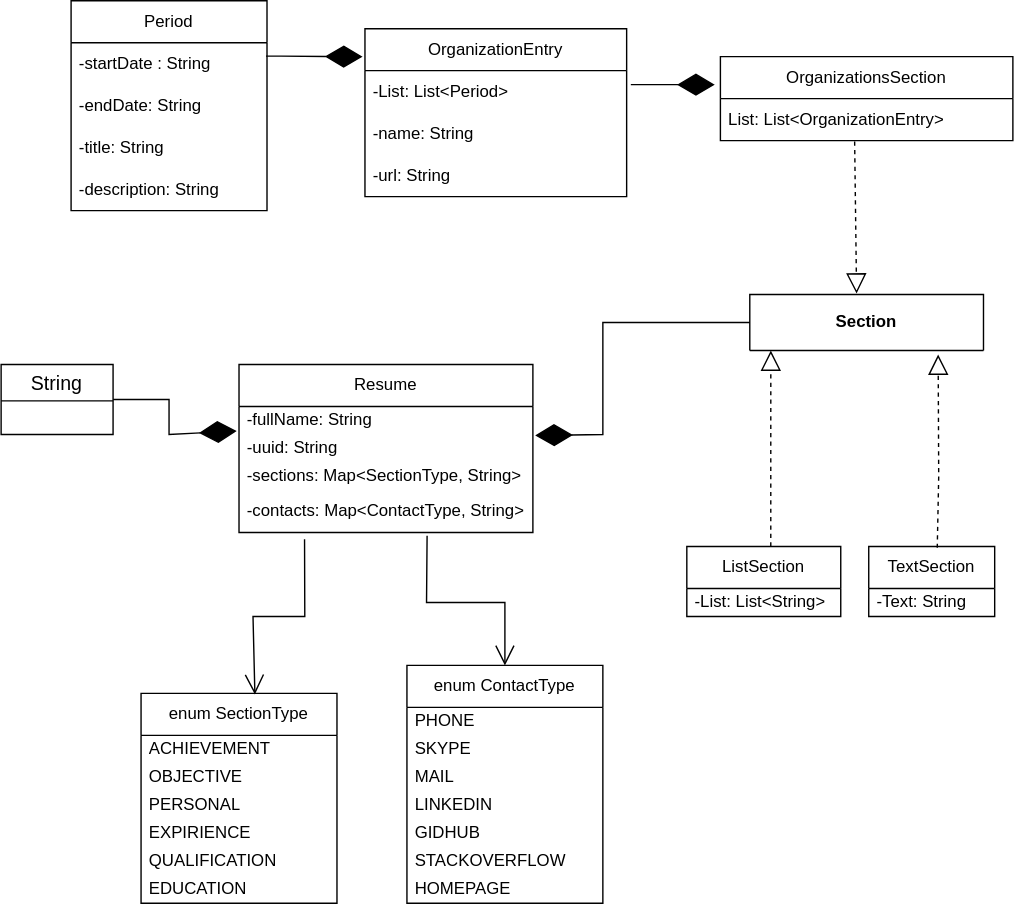
Before: src/com/urise/webapp/model/ResumeGraph.svg, a diagram exported from draw.io (Alexeev1986/basejava). Source tidied: cells renumbered, new cells last; positions are measured from the earlier drawing's top-left corner, leaving out a move shared by most shapes.
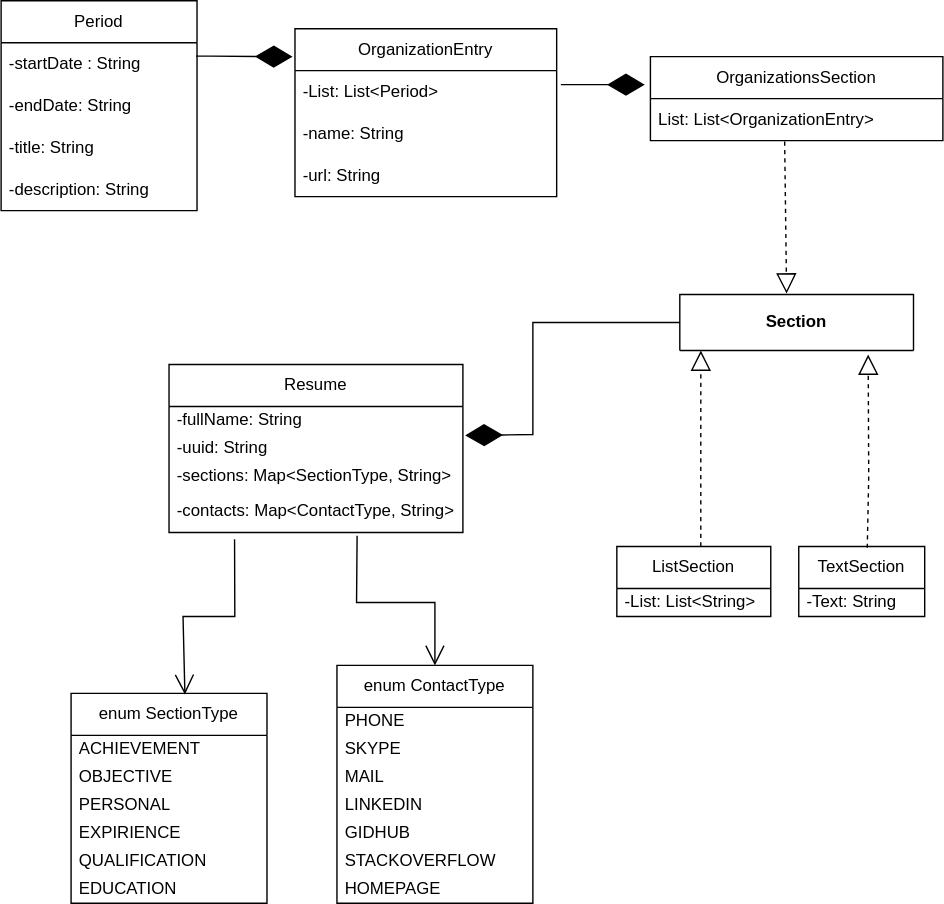
Above is the later version.

Diff of the diagram source:
```diff
@@ -78,17 +78,6 @@
         </Array>
       </mxGeometry>
     </mxCell>
-    <mxCell id="24" value="String" style="swimlane;fontStyle=0;horizontal=1;startSize=26;align=center;fontSize=14;" parent="1" vertex="1">
-      <mxGeometry y="260" width="80" height="50" as="geometry" />
-    </mxCell>
-    <mxCell id="25" style="endArrow=diamondThin;endFill=1;endSize=24;html=1;rounded=0;exitX=1;exitY=0.5;exitDx=0;exitDy=0;entryX=-0.008;entryY=-0.126;entryDx=0;entryDy=0;entryPerimeter=0;" parent="1" edge="1" source="24" target="4">
-      <mxGeometry relative="1" as="geometry">
-        <Array as="points">
-          <mxPoint x="120" y="285" />
-          <mxPoint x="120" y="310" />
-        </Array>
-      </mxGeometry>
-    </mxCell>
     <mxCell id="26" value="Section" style="swimlane;whiteSpace=wrap;html=1;startSize=40;rotation=0;" parent="1" vertex="1">
       <mxGeometry x="535" y="210" width="167" height="40" as="geometry" />
     </mxCell>
```
